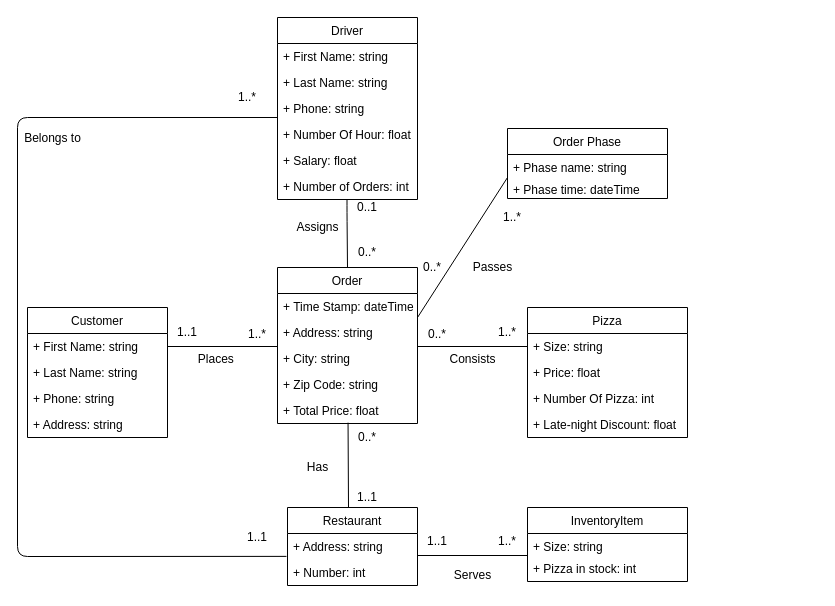
Earlier version of the draw.io diagram page "UML" (1 of 4) of Project01.drawio (thanhnguyen210299/CSULB-CECS-323). Source tidied: cells renumbered, new cells numbered last; positions are measured from the earlier drawing's top-left corner, leaving out a move shared by most shapes. Both pictures are drawn from the tidied source at 100%, with x=0, y=0 at pixel (17, 17).
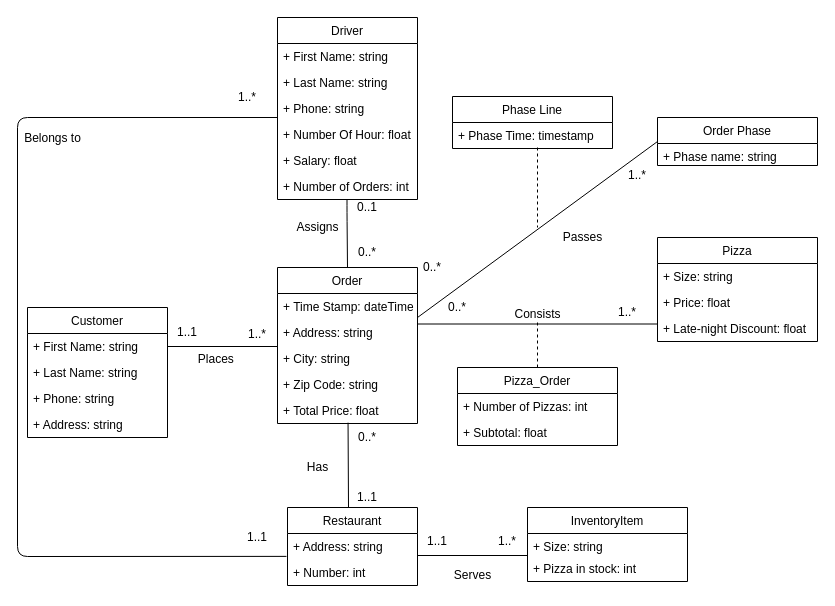
After the change.

What changed in the source:
```diff
@@
     <mxCell id="31" style="line;strokeWidth=1;fillColor=none;align=left;verticalAlign=middle;spacingTop=-1;spacingLeft=3;spacingRight=3;labelPosition=right;" parent="1" vertex="1">
-      <mxGeometry x="400" y="325" width="110" height="8" as="geometry" />
+      <mxGeometry x="400" y="280" width="240" height="53" as="geometry" />
     </mxCell>
     <mxCell id="32" value="1..*" style="text;html=1;strokeColor=none;fillColor=none;align=center;verticalAlign=middle;whiteSpace=wrap;rounded=0;" parent="1" vertex="1">
-      <mxGeometry x="470" y="305" width="40" height="20" as="geometry" />
+      <mxGeometry x="590" y="285" width="40" height="20" as="geometry" />
     </mxCell>
     <mxCell id="33" value="0..*" style="text;html=1;strokeColor=none;fillColor=none;align=center;verticalAlign=middle;whiteSpace=wrap;rounded=0;" parent="1" vertex="1">
-      <mxGeometry x="400" y="307" width="40" height="20" as="geometry" />
+      <mxGeometry x="420" y="280" width="40" height="20" as="geometry" />
     </mxCell>
     <mxCell id="34" value="Pizza" style="swimlane;fontStyle=0;horizontal=1;startSize=26;fillColor=none;" parent="1" vertex="1">
-      <mxGeometry x="510" y="290" width="160" height="130" as="geometry" />
+      <mxGeometry x="640" y="220" width="160" height="104" as="geometry" />
     </mxCell>
@@
-    <mxCell id="37" value="+ Number Of Pizza: int" style="text;strokeColor=none;fillColor=none;align=left;verticalAlign=top;spacingLeft=4;spacingRight=4;overflow=hidden;" parent="34" vertex="1">
-      <mxGeometry y="78" width="160" height="26" as="geometry" />
-    </mxCell>
     <mxCell id="38" value="+ Late-night Discount: float" style="text;strokeColor=none;fillColor=none;align=left;verticalAlign=top;spacingLeft=4;spacingRight=4;overflow=hidden;" parent="34" vertex="1">
-      <mxGeometry y="104" width="160" height="26" as="geometry" />
+      <mxGeometry y="78" width="160" height="26" as="geometry" />
     </mxCell>
@@
     <mxCell id="48" value="Consists" style="text;html=1;align=center;verticalAlign=middle;strokeColor=none;fillColor=none;" parent="1" vertex="1">
-      <mxGeometry x="425" y="332" width="60" height="20" as="geometry" />
+      <mxGeometry x="490" y="287" width="60" height="20" as="geometry" />
     </mxCell>
@@
-    <mxCell id="51" style="endArrow=none;html=1;" parent="1" edge="1">
+    <mxCell id="51" style="endArrow=none;html=1;entryX=0;entryY=0.5;entryDx=0;entryDy=0;" parent="1" edge="1" target="52">
       <mxGeometry relative="1" as="geometry">
         <mxPoint x="400" y="300" as="sourcePoint" />
-        <mxPoint x="490" y="160" as="targetPoint" />
       </mxGeometry>
     </mxCell>
     <mxCell id="52" value="Order Phase" style="swimlane;fontStyle=0;horizontal=1;startSize=26;fillColor=none;" parent="1" vertex="1">
-      <mxGeometry x="490" y="111" width="160" height="70" as="geometry" />
+      <mxGeometry x="640" y="100" width="160" height="48" as="geometry" />
     </mxCell>
@@
-    <mxCell id="54" value="+ Phase time: dateTime" style="text;strokeColor=none;fillColor=none;align=left;verticalAlign=top;spacingLeft=4;spacingRight=4;overflow=hidden;" parent="52" vertex="1">
-      <mxGeometry y="48" width="160" height="22" as="geometry" />
-    </mxCell>
@@
     <mxCell id="56" value="1..*" style="text;html=1;strokeColor=none;fillColor=none;align=center;verticalAlign=middle;whiteSpace=wrap;rounded=0;" parent="1" vertex="1">
-      <mxGeometry x="475" y="190" width="40" height="20" as="geometry" />
+      <mxGeometry x="600" y="148" width="40" height="20" as="geometry" />
     </mxCell>
     <mxCell id="57" value="Passes" style="text;html=1;align=center;verticalAlign=middle;strokeColor=none;fillColor=none;" parent="1" vertex="1">
-      <mxGeometry x="450" y="240" width="50" height="20" as="geometry" />
+      <mxGeometry x="540" y="210" width="50" height="20" as="geometry" />
     </mxCell>
@@
+    <mxCell id="62" value="Pizza_Order" style="swimlane;fontStyle=0;horizontal=1;startSize=26;fillColor=none;" parent="1" vertex="1">
+      <mxGeometry x="440" y="350" width="160" height="78" as="geometry" />
+    </mxCell>
+    <mxCell id="63" value="+ Number of Pizzas: int" style="text;strokeColor=none;fillColor=none;align=left;verticalAlign=top;spacingLeft=4;spacingRight=4;overflow=hidden;" parent="62" vertex="1">
+      <mxGeometry y="26" width="160" height="26" as="geometry" />
+    </mxCell>
+    <mxCell id="64" value="+ Subtotal: float" style="text;strokeColor=none;fillColor=none;align=left;verticalAlign=top;spacingLeft=4;spacingRight=4;overflow=hidden;" parent="62" vertex="1">
+      <mxGeometry y="52" width="160" height="26" as="geometry" />
+    </mxCell>
+    <mxCell id="65" style="endArrow=none;dashed=1;html=1;exitX=0.5;exitY=0;exitDx=0;exitDy=0;" parent="1" edge="1" source="62">
+      <mxGeometry relative="1" as="geometry">
+        <mxPoint x="520" y="305" as="targetPoint" />
+      </mxGeometry>
+    </mxCell>
+    <mxCell id="66" style="endArrow=none;dashed=1;html=1;" parent="1" edge="1">
+      <mxGeometry relative="1" as="geometry">
+        <mxPoint x="520" y="130" as="sourcePoint" />
+        <mxPoint x="520" y="210" as="targetPoint" />
+      </mxGeometry>
+    </mxCell>
+    <mxCell id="67" value="Phase Line" style="swimlane;fontStyle=0;horizontal=1;startSize=26;fillColor=none;" parent="1" vertex="1">
+      <mxGeometry x="435" y="79" width="160" height="52" as="geometry" />
+    </mxCell>
+    <mxCell id="68" value="+ Phase Time: timestamp" style="text;strokeColor=none;fillColor=none;align=left;verticalAlign=top;spacingLeft=4;spacingRight=4;overflow=hidden;" parent="67" vertex="1">
+      <mxGeometry y="26" width="160" height="26" as="geometry" />
+    </mxCell>
```
